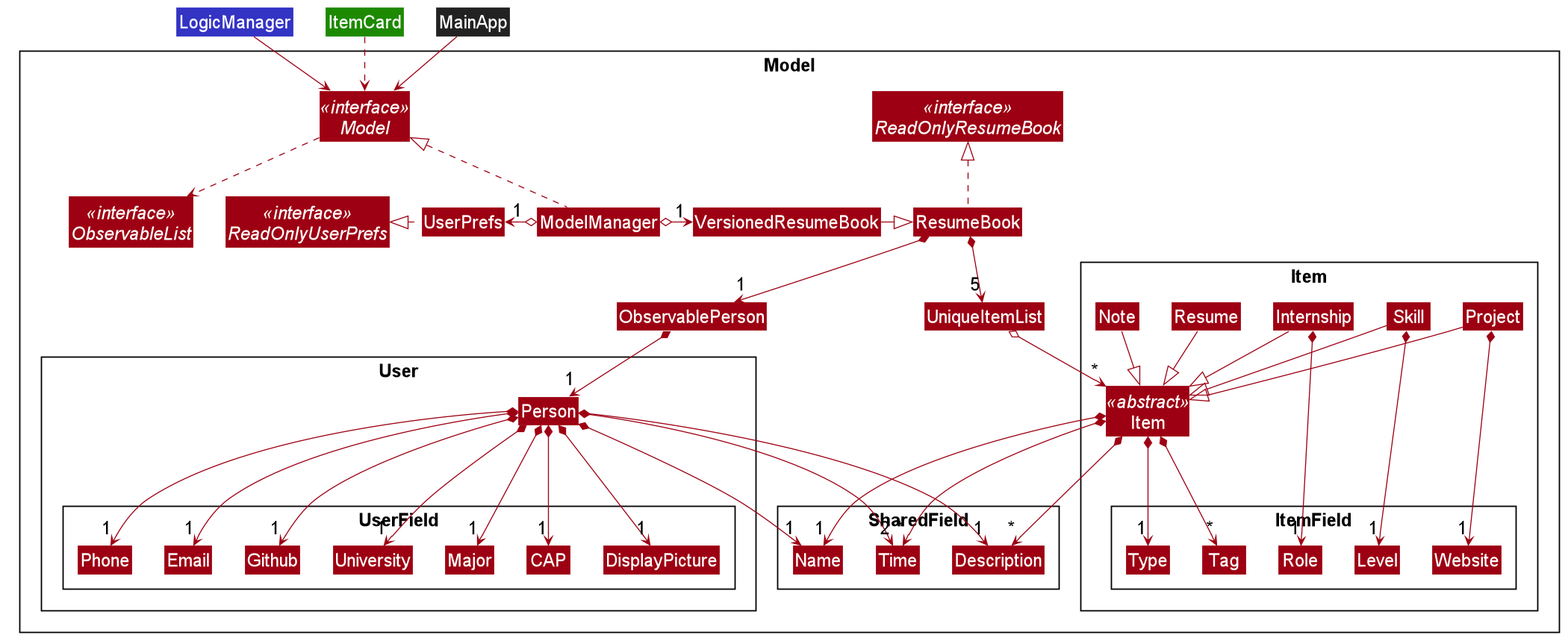
wardetu/main keeps this PlantUML diagram as docs/images/ModelClassDiagram.png. Above is the earlier version.
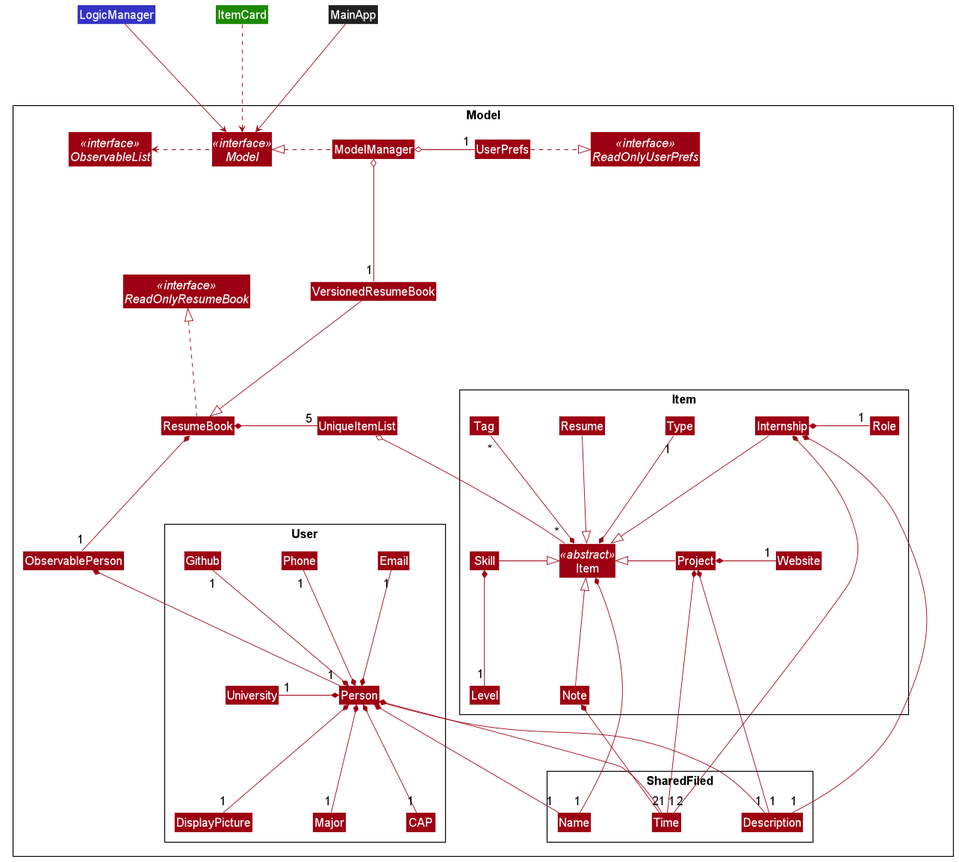
Above is the later version.

Diff of the diagram source:
```diff
@@ -52,6 +52,8 @@
 skinparam arrowColor #9D0012
 skinparam classBackgroundColor #9D0012
 skinparam defaultFontSize 20
+skinparam nodesep 100
+skinparam ranksep 180
 
 Class LogicManager #3333C4
 Class ItemCard #1D8900
@@ -71,7 +73,7 @@
 
 Package User {
 Class Person
-Package UserField {
+
 Class DisplayPicture
 Class Phone
 Class Email
@@ -79,7 +81,7 @@
 Class University
 Class Major
 Class CAP
-}
+
 }
 
 Package Item {
@@ -90,65 +92,70 @@
 Class Skill
 Class Note
 
-Package ItemField {
 Class Type
 Class Role
 Class Website
 Class Level
 Class Tag
 }
-}
 
-Package SharedField {
+Package SharedFiled\n {
 Class Name
 Class Time
 Class Description
 }
 
+
 MainApp -d-> Model
 LogicManager -d-> Model
 ItemCard .d.> Model
-Model ..> ObservableList
-ModelManager .u.|> Model
+Model .l.> ObservableList
+ModelManager .l.|> Model
 
-ModelManager o-l-> "1" UserPrefs
-UserPrefs .l.|> ReadOnlyUserPrefs
+ModelManager o-r- "1" UserPrefs
+UserPrefs .r.|> ReadOnlyUserPrefs
 
-ModelManager o-r-> "1" VersionedResumeBook
-VersionedResumeBook -r-|> ResumeBook
+ModelManager o-- "1" VersionedResumeBook
+VersionedResumeBook --|> ResumeBook
 ResumeBook .u.|> ReadOnlyResumeBook
 
-ResumeBook *-d-> "1" ObservablePerson
-ObservablePerson *-d-> "1" Person
-Person *---> "1" Name
-Person *---> "1" DisplayPicture
-Person *---> "1" Description
-Person *---> "2" Time
-Person *---> "1" Phone
-Person *---> "1" Email
-Person *---> "1" Github
-Person *---> "1" University
-Person *---> "1" Major
-Person *---> "1" CAP
+ResumeBook *- "1" ObservablePerson
+ObservablePerson *-- "1" Person
 
-ResumeBook *--> "5" UniqueItemList
-UniqueItemList o--> "*" Item
+Person *-u- "1" Phone
+Person *-u- "1" Email
+Person *-u- "1" Github
+Person *-l-- "1" University
+Person *-- "1" Major
+Person *-- "1" CAP
+Person *-- "1" DisplayPicture
+Person *-- "1" Name
+Person *-- "1" Description
+Person *-- "2" Time
 
-Item *---> "1" Name
-Item *---> "*" Time
-Item *---> "1" Type
-Item *---> "*" Description
-Item *---> "*" Tag
+ResumeBook *-r- "5" UniqueItemList
+UniqueItemList o-- "*" Item
 
-Project --|> Item
-Skill --|> Item
+Item *-- "1" Name
+Item *-u- "1" Type
+Item *-u- "*" Tag
+
+Skill -|> Item
 Resume --|> Item
+Project -l-|> Item
+Note -u-|> Item
 Internship --|> Item
-Note --|> Item
 
-Project *-> "1" Website
-Skill *-> "1" Level
-Internship *-> "1" Role
+Internship *-r- "1" Role
+Internship *- "2" Time
+Internship *- "1" Description
 
+Project *-r- "1" Website
+Project *-- "1" Time
+Project *- "1" Description
+
+Skill *-- "1" Level
+
+Note *-- "1" Time
 }
 @enduml
```
